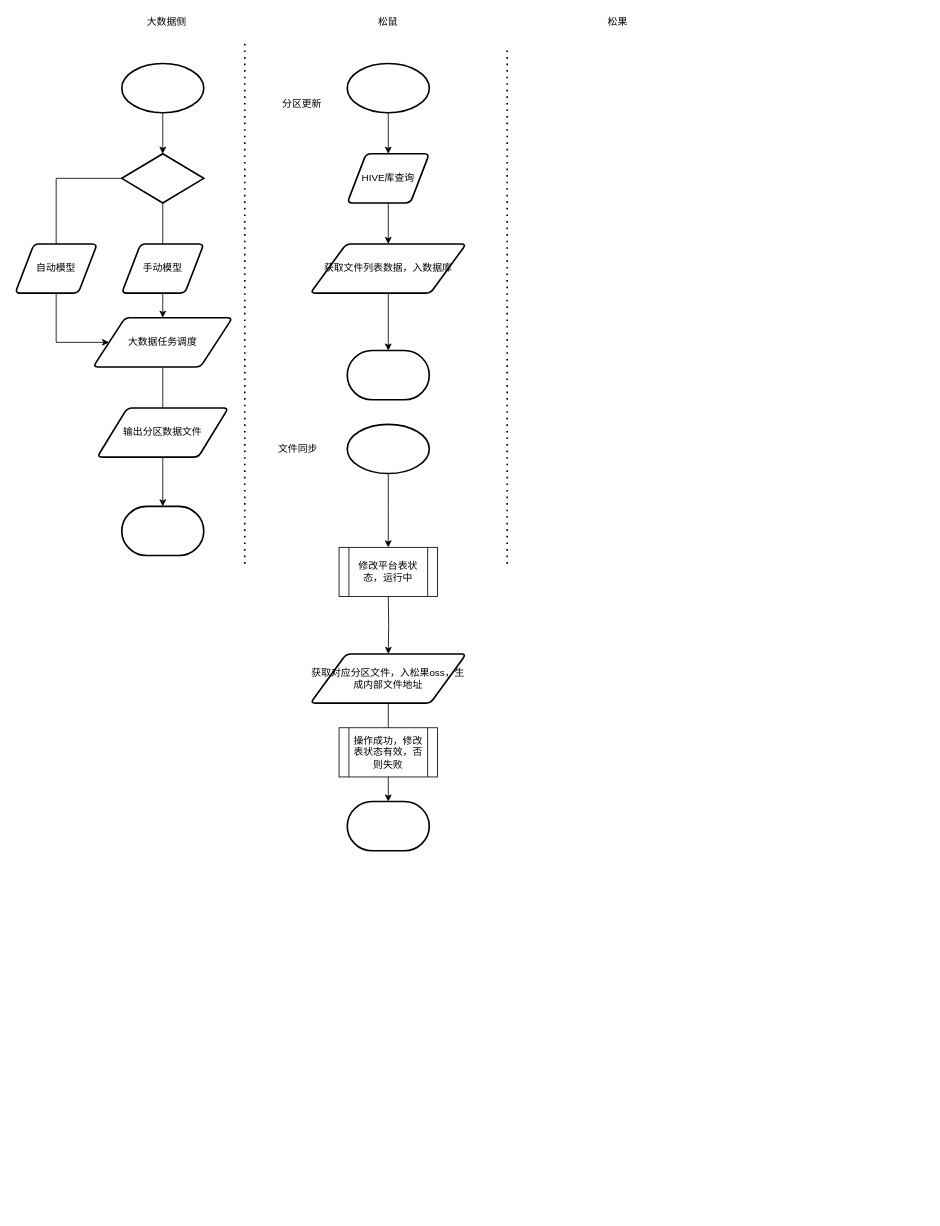
hack0303/draw.io-store keeps this draw.io diagram as 线索线上化.drawio. Above is the earlier version. Source tidied: cells renumbered, new cells numbered last; positions are measured from the earlier drawing's top-left corner, leaving out a move shared by most shapes. Both pictures are drawn from the tidied source at 82%, with x=0, y=0 at pixel (15, 14).
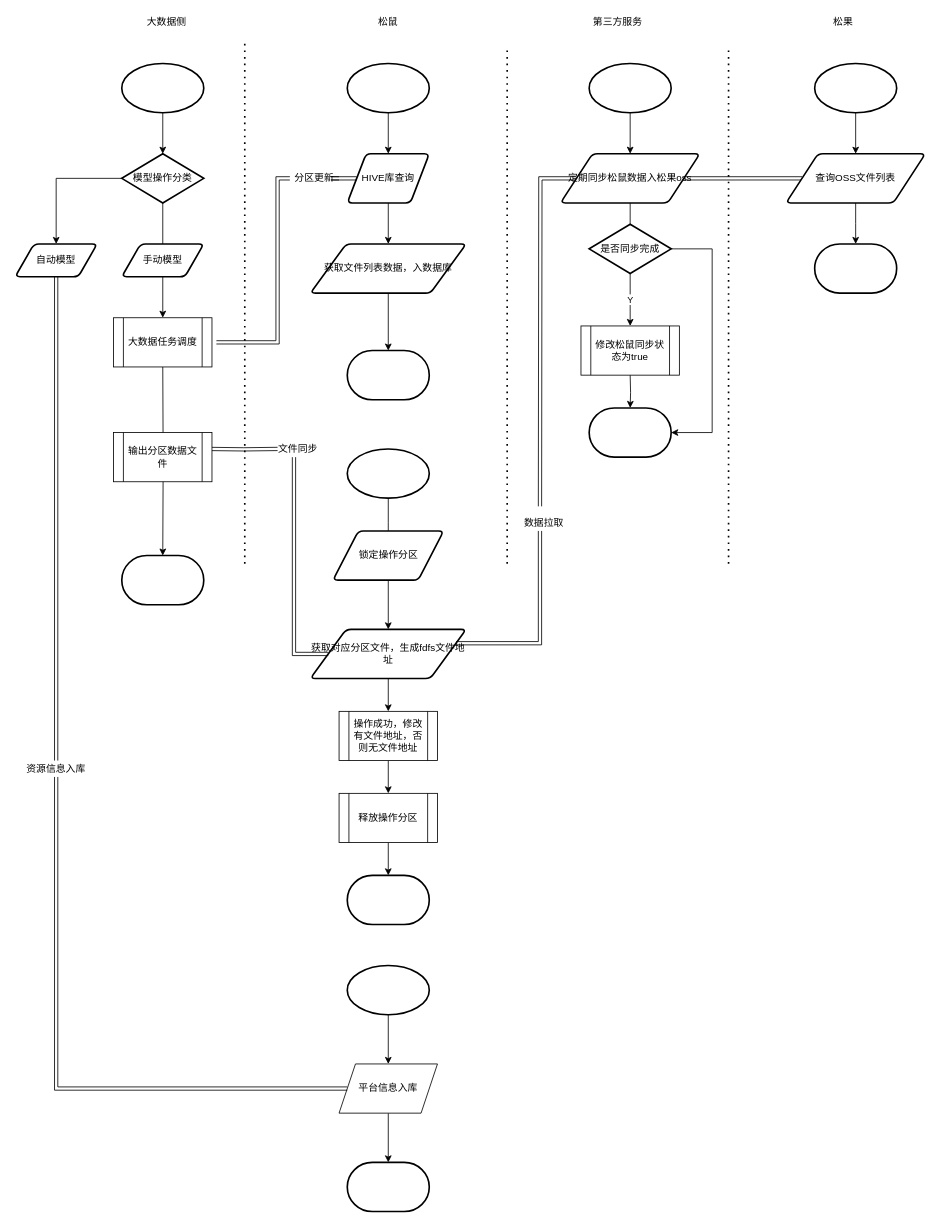
The same diagram, later.

Commit message (it also covers changes not shown here):
Update 线索线上化.drawio

Unchanged cells that the change refers to:
```xml
<mxCell id="30" value="HIVE库查询" style="shape=parallelogram;html=1;strokeWidth=2;perimeter=parallelogramPerimeter;whiteSpace=wrap;rounded=1;arcSize=12;size=0.23;" parent="1" vertex="1">
  <mxGeometry x="405" y="170" width="100" height="60" as="geometry" />
</mxCell>
<mxCell id="32" value="文件同步" style="text;html=1;strokeColor=none;fillColor=none;align=center;verticalAlign=middle;whiteSpace=wrap;rounded=0;" parent="1" vertex="1">
  <mxGeometry x="320" y="520" width="50" height="20" as="geometry" />
</mxCell>
```

Change to the diagram source:
```diff
@@
-    <mxCell id="6" value="松果" style="text;html=1;strokeColor=none;fillColor=none;align=center;verticalAlign=middle;whiteSpace=wrap;rounded=0;" parent="1" vertex="1">
+    <mxCell id="6" value="第三方服务" style="text;html=1;strokeColor=none;fillColor=none;align=center;verticalAlign=middle;whiteSpace=wrap;rounded=0;" parent="1" vertex="1">
       <mxGeometry x="700" width="70" height="20" as="geometry" />
     </mxCell>
@@
     <mxCell id="9" style="strokeWidth=2;html=1;shape=mxgraph.flowchart.terminator;whiteSpace=wrap;" parent="1" vertex="1">
-      <mxGeometry x="130" y="600" width="100" height="60" as="geometry" />
+      <mxGeometry x="130" y="660" width="100" height="60" as="geometry" />
     </mxCell>
-    <mxCell id="10" style="edgeStyle=orthogonalEdgeStyle;rounded=0;jettySize=auto;html=1;entryX=0.5;entryY=0;entryDx=0;entryDy=0;" parent="1" edge="1" source="12" target="14">
-      <mxGeometry relative="1" as="geometry" />
+    <mxCell id="10" style="edgeStyle=orthogonalEdgeStyle;rounded=0;jettySize=auto;html=1;entryX=0.5;entryY=0;entryDx=0;entryDy=0;" parent="1" edge="1" source="12">
+      <mxGeometry relative="1" as="geometry">
+        <mxPoint x="180" y="370" as="targetPoint" />
+      </mxGeometry>
     </mxCell>
-    <mxCell id="11" style="edgeStyle=orthogonalEdgeStyle;rounded=0;jettySize=auto;html=1;entryX=0;entryY=0.5;entryDx=0;entryDy=0;exitX=0;exitY=0.5;exitDx=0;exitDy=0;exitPerimeter=0;" parent="1" edge="1" source="12" target="14">
-      <mxGeometry relative="1" as="geometry">
-        <Array as="points">
-          <mxPoint x="50" y="200" />
-          <mxPoint x="50" y="400" />
-        </Array>
-      </mxGeometry>
-    </mxCell>
+    <mxCell id="35" style="edgeStyle=orthogonalEdgeStyle;rounded=0;jettySize=auto;html=1;entryX=0.5;entryY=0;entryDx=0;entryDy=0;" parent="1" edge="1" source="12" target="16">
+      <mxGeometry relative="1" as="geometry" />
+    </mxCell>
-    <mxCell id="12" style="strokeWidth=2;html=1;shape=mxgraph.flowchart.decision;whiteSpace=wrap;" parent="1" vertex="1">
+    <mxCell id="12" value="模型操作分类" style="strokeWidth=2;html=1;shape=mxgraph.flowchart.decision;whiteSpace=wrap;" parent="1" vertex="1">
       <mxGeometry x="130" y="170" width="100" height="60" as="geometry" />
     </mxCell>
-    <mxCell id="13" style="edgeStyle=orthogonalEdgeStyle;rounded=0;jettySize=auto;html=1;entryX=0.5;entryY=0;entryDx=0;entryDy=0;entryPerimeter=0;" parent="1" edge="1" source="14" target="9">
-      <mxGeometry relative="1" as="geometry" />
+    <mxCell id="13" style="edgeStyle=orthogonalEdgeStyle;rounded=0;jettySize=auto;html=1;entryX=0.5;entryY=0;entryDx=0;entryDy=0;entryPerimeter=0;" parent="1" edge="1" target="9">
+      <mxGeometry relative="1" as="geometry">
+        <mxPoint x="180" y="430" as="sourcePoint" />
+      </mxGeometry>
     </mxCell>
-    <mxCell id="14" value="大数据任务调度" style="shape=parallelogram;html=1;strokeWidth=2;perimeter=parallelogramPerimeter;whiteSpace=wrap;rounded=1;arcSize=12;size=0.23;" parent="1" vertex="1">
-      <mxGeometry x="95" y="370" width="170" height="60" as="geometry" />
-    </mxCell>
+    <mxCell id="36" style="edgeStyle=orthogonalEdgeStyle;rounded=0;jettySize=auto;html=1;entryX=0;entryY=0.5;entryDx=0;entryDy=0;shape=link;" parent="1" edge="1" target="31">
+      <mxGeometry relative="1" as="geometry">
+        <mxPoint x="245.4" y="400" as="sourcePoint" />
+        <Array as="points">
+          <mxPoint x="320" y="400" />
+          <mxPoint x="320" y="200" />
+        </Array>
+      </mxGeometry>
+    </mxCell>
     <mxCell id="15" value="手动模型" style="shape=parallelogram;html=1;strokeWidth=2;perimeter=parallelogramPerimeter;whiteSpace=wrap;rounded=1;arcSize=12;size=0.23;" parent="1" vertex="1">
-      <mxGeometry x="130" y="280" width="100" height="60" as="geometry" />
+      <mxGeometry x="130" y="280" width="100" height="40" as="geometry" />
     </mxCell>
+    <mxCell id="37" style="edgeStyle=orthogonalEdgeStyle;rounded=0;jettySize=auto;html=1;entryX=0.5;entryY=0;entryDx=0;entryDy=0;shape=link;" parent="1" edge="1" source="16" target="74">
+      <mxGeometry relative="1" as="geometry" />
+    </mxCell>
     <mxCell id="16" value="自动模型" style="shape=parallelogram;html=1;strokeWidth=2;perimeter=parallelogramPerimeter;whiteSpace=wrap;rounded=1;arcSize=12;size=0.23;" parent="1" vertex="1">
-      <mxGeometry y="280" width="100" height="60" as="geometry" />
+      <mxGeometry y="280" width="100" height="40" as="geometry" />
     </mxCell>
-    <mxCell id="17" value="输出分区数据文件" style="shape=parallelogram;html=1;strokeWidth=2;perimeter=parallelogramPerimeter;whiteSpace=wrap;rounded=1;arcSize=12;size=0.23;" parent="1" vertex="1">
-      <mxGeometry x="100" y="480" width="160" height="60" as="geometry" />
-    </mxCell>
+    <mxCell id="38" style="edgeStyle=orthogonalEdgeStyle;rounded=0;jettySize=auto;html=1;entryX=0;entryY=0.5;entryDx=0;entryDy=0;shape=link;" parent="1" edge="1" target="32">
+      <mxGeometry relative="1" as="geometry">
+        <mxPoint x="236.6" y="530" as="sourcePoint" />
+      </mxGeometry>
+    </mxCell>
@@
     <mxCell id="25" style="strokeWidth=2;html=1;shape=mxgraph.flowchart.start_1;whiteSpace=wrap;" parent="1" vertex="1">
-      <mxGeometry x="405" y="500" width="100" height="60" as="geometry" />
+      <mxGeometry x="405" y="530" width="100" height="60" as="geometry" />
     </mxCell>
     <mxCell id="26" style="strokeWidth=2;html=1;shape=mxgraph.flowchart.terminator;whiteSpace=wrap;" parent="1" vertex="1">
-      <mxGeometry x="405" y="960" width="100" height="60" as="geometry" />
+      <mxGeometry x="405" y="1050" width="100" height="60" as="geometry" />
     </mxCell>
-    <mxCell id="27" style="edgeStyle=orthogonalEdgeStyle;rounded=0;jettySize=auto;html=1;" parent="1" edge="1" target="29">
-      <mxGeometry relative="1" as="geometry">
-        <mxPoint x="455" y="710" as="sourcePoint" />
-      </mxGeometry>
-    </mxCell>
-    <mxCell id="28" style="edgeStyle=orthogonalEdgeStyle;rounded=0;jettySize=auto;html=1;" parent="1" edge="1" source="29" target="26">
-      <mxGeometry relative="1" as="geometry" />
-    </mxCell>
+    <mxCell id="39" style="edgeStyle=orthogonalEdgeStyle;rounded=0;jettySize=auto;html=1;" parent="1" edge="1" source="29" target="34">
+      <mxGeometry relative="1" as="geometry" />
+    </mxCell>
-    <mxCell id="29" value="获取对应分区文件，入松果oss，生成内部文件地址" style="shape=parallelogram;html=1;strokeWidth=2;perimeter=parallelogramPerimeter;whiteSpace=wrap;rounded=1;arcSize=12;size=0.23;" parent="1" vertex="1">
-      <mxGeometry x="360" y="780" width="190" height="60" as="geometry" />
+    <mxCell id="29" value="获取对应分区文件，生成fdfs文件地址" style="shape=parallelogram;html=1;strokeWidth=2;perimeter=parallelogramPerimeter;whiteSpace=wrap;rounded=1;arcSize=12;size=0.23;" parent="1" vertex="1">
+      <mxGeometry x="360" y="750" width="190" height="60" as="geometry" />
     </mxCell>
@@
+    <mxCell id="40" style="edgeStyle=orthogonalEdgeStyle;shape=link;rounded=0;jettySize=auto;html=1;" parent="1" edge="1" source="31" target="30">
+      <mxGeometry relative="1" as="geometry" />
+    </mxCell>
     <mxCell id="31" value="分区更新" style="text;html=1;strokeColor=none;fillColor=none;align=center;verticalAlign=middle;whiteSpace=wrap;rounded=0;" parent="1" vertex="1">
-      <mxGeometry x="320" y="100" width="60" height="20" as="geometry" />
+      <mxGeometry x="335" y="190" width="60" height="20" as="geometry" />
     </mxCell>
+    <mxCell id="41" style="edgeStyle=orthogonalEdgeStyle;shape=link;rounded=0;jettySize=auto;html=1;entryX=0;entryY=0.5;entryDx=0;entryDy=0;" parent="1" edge="1" source="32" target="29">
+      <mxGeometry relative="1" as="geometry">
+        <Array as="points">
+          <mxPoint x="340" y="780" />
+        </Array>
+      </mxGeometry>
+    </mxCell>
@@
-    <mxCell id="33" value="修改平台表状态，运行中" style="shape=process;whiteSpace=wrap;html=1;backgroundOutline=1;" parent="1" vertex="1">
-      <mxGeometry x="395" y="650" width="120" height="60" as="geometry" />
-    </mxCell>
+    <mxCell id="42" style="edgeStyle=orthogonalEdgeStyle;rounded=0;jettySize=auto;html=1;" parent="1" edge="1" source="34" target="46">
+      <mxGeometry relative="1" as="geometry" />
+    </mxCell>
-    <mxCell id="34" value="操作成功，修改表状态有效，否则失败" style="shape=process;whiteSpace=wrap;html=1;backgroundOutline=1;" parent="1" vertex="1">
-      <mxGeometry x="395" y="870" width="120" height="60" as="geometry" />
+    <mxCell id="34" value="操作成功，修改有文件地址，否则无文件地址" style="shape=process;whiteSpace=wrap;html=1;backgroundOutline=1;" parent="1" vertex="1">
+      <mxGeometry x="395" y="850" width="120" height="60" as="geometry" />
     </mxCell>
+    <mxCell id="43" style="edgeStyle=orthogonalEdgeStyle;rounded=0;jettySize=auto;html=1;" parent="1" edge="1" source="44" target="29">
+      <mxGeometry relative="1" as="geometry" />
+    </mxCell>
+    <mxCell id="44" value="锁定操作分区" style="shape=parallelogram;html=1;strokeWidth=2;perimeter=parallelogramPerimeter;whiteSpace=wrap;rounded=1;arcSize=12;size=0.23;" parent="1" vertex="1">
+      <mxGeometry x="387.5" y="630" width="135" height="60" as="geometry" />
+    </mxCell>
+    <mxCell id="45" style="edgeStyle=orthogonalEdgeStyle;rounded=0;jettySize=auto;html=1;" parent="1" edge="1" source="46" target="26">
+      <mxGeometry relative="1" as="geometry" />
+    </mxCell>
+    <mxCell id="46" value="释放操作分区" style="shape=process;whiteSpace=wrap;html=1;backgroundOutline=1;" parent="1" vertex="1">
+      <mxGeometry x="395" y="950" width="120" height="60" as="geometry" />
+    </mxCell>
+    <mxCell id="47" style="edgeStyle=orthogonalEdgeStyle;rounded=0;jettySize=auto;html=1;" parent="1" edge="1" source="48" target="53">
+      <mxGeometry relative="1" as="geometry" />
+    </mxCell>
+    <mxCell id="48" style="strokeWidth=2;html=1;shape=mxgraph.flowchart.start_1;whiteSpace=wrap;" parent="1" vertex="1">
+      <mxGeometry x="700" y="60" width="100" height="60" as="geometry" />
+    </mxCell>
+    <mxCell id="49" style="strokeWidth=2;html=1;shape=mxgraph.flowchart.terminator;whiteSpace=wrap;" parent="1" vertex="1">
+      <mxGeometry x="700" y="480" width="100" height="60" as="geometry" />
+    </mxCell>
+    <mxCell id="50" style="edgeStyle=orthogonalEdgeStyle;rounded=0;jettySize=auto;html=1;" parent="1" edge="1" source="53">
+      <mxGeometry relative="1" as="geometry">
+        <mxPoint x="750" y="280" as="targetPoint" />
+      </mxGeometry>
+    </mxCell>
+    <mxCell id="51" style="edgeStyle=orthogonalEdgeStyle;shape=link;rounded=0;jettySize=auto;html=1;" parent="1" edge="1" source="53">
+      <mxGeometry relative="1" as="geometry">
+        <mxPoint x="640" y="600" as="targetPoint" />
+      </mxGeometry>
+    </mxCell>
+    <mxCell id="52" style="edgeStyle=orthogonalEdgeStyle;shape=link;rounded=0;jettySize=auto;html=1;" parent="1" edge="1" source="53" target="60">
+      <mxGeometry relative="1" as="geometry" />
+    </mxCell>
+    <mxCell id="53" value="定期同步松鼠数据入松果oss" style="shape=parallelogram;html=1;strokeWidth=2;perimeter=parallelogramPerimeter;whiteSpace=wrap;rounded=1;arcSize=12;size=0.23;" parent="1" vertex="1">
+      <mxGeometry x="665" y="170" width="170" height="60" as="geometry" />
+    </mxCell>
+    <mxCell id="54" style="endArrow=none;dashed=1;html=1;dashPattern=1 3;strokeWidth=2;" parent="1" edge="1">
+      <mxGeometry relative="1" as="geometry">
+        <mxPoint x="870" y="670" as="sourcePoint" />
+        <mxPoint x="870" y="40" as="targetPoint" />
+      </mxGeometry>
+    </mxCell>
+    <mxCell id="55" value="松果" style="text;html=1;strokeColor=none;fillColor=none;align=center;verticalAlign=middle;whiteSpace=wrap;rounded=0;" parent="1" vertex="1">
+      <mxGeometry x="975" width="70" height="20" as="geometry" />
+    </mxCell>
+    <mxCell id="56" style="edgeStyle=orthogonalEdgeStyle;rounded=0;jettySize=auto;html=1;" parent="1" edge="1" source="57" target="60">
+      <mxGeometry relative="1" as="geometry" />
+    </mxCell>
+    <mxCell id="57" style="strokeWidth=2;html=1;shape=mxgraph.flowchart.start_1;whiteSpace=wrap;" parent="1" vertex="1">
+      <mxGeometry x="975" y="60" width="100" height="60" as="geometry" />
+    </mxCell>
+    <mxCell id="58" style="strokeWidth=2;html=1;shape=mxgraph.flowchart.terminator;whiteSpace=wrap;" parent="1" vertex="1">
+      <mxGeometry x="975" y="280" width="100" height="60" as="geometry" />
+    </mxCell>
+    <mxCell id="59" style="edgeStyle=orthogonalEdgeStyle;rounded=0;jettySize=auto;html=1;" parent="1" edge="1" source="60">
+      <mxGeometry relative="1" as="geometry">
+        <mxPoint x="1025" y="280" as="targetPoint" />
+      </mxGeometry>
+    </mxCell>
+    <mxCell id="60" value="查询OSS文件列表" style="shape=parallelogram;html=1;strokeWidth=2;perimeter=parallelogramPerimeter;whiteSpace=wrap;rounded=1;arcSize=12;size=0.23;" parent="1" vertex="1">
+      <mxGeometry x="940" y="170" width="170" height="60" as="geometry" />
+    </mxCell>
+    <mxCell id="61" style="edgeStyle=orthogonalEdgeStyle;shape=link;rounded=0;jettySize=auto;html=1;entryX=1;entryY=0.25;entryDx=0;entryDy=0;" parent="1" edge="1" source="62" target="29">
+      <mxGeometry relative="1" as="geometry">
+        <Array as="points">
+          <mxPoint x="640" y="767" />
+        </Array>
+      </mxGeometry>
+    </mxCell>
+    <mxCell id="62" value="数据拉取" style="text;html=1;strokeColor=none;fillColor=none;align=center;verticalAlign=middle;whiteSpace=wrap;rounded=0;" parent="1" vertex="1">
+      <mxGeometry x="600" y="610" width="90" height="20" as="geometry" />
+    </mxCell>
+    <mxCell id="63" style="edgeStyle=orthogonalEdgeStyle;rounded=0;jettySize=auto;html=1;" parent="1" edge="1" target="49">
+      <mxGeometry relative="1" as="geometry">
+        <mxPoint x="750" y="440" as="sourcePoint" />
+      </mxGeometry>
+    </mxCell>
+    <mxCell id="64" style="edgeStyle=orthogonalEdgeStyle;rounded=0;jettySize=auto;html=1;entryX=1;entryY=0.5;entryDx=0;entryDy=0;entryPerimeter=0;" parent="1" edge="1" source="65" target="49">
+      <mxGeometry relative="1" as="geometry">
+        <Array as="points">
+          <mxPoint x="850" y="286" />
+          <mxPoint x="850" y="510" />
+        </Array>
+      </mxGeometry>
+    </mxCell>
+    <mxCell id="65" value="是否同步完成" style="strokeWidth=2;html=1;shape=mxgraph.flowchart.decision;whiteSpace=wrap;" parent="1" vertex="1">
+      <mxGeometry x="700" y="256" width="100" height="60" as="geometry" />
+    </mxCell>
+    <mxCell id="66" value="Y" style="edgeStyle=orthogonalEdgeStyle;rounded=0;jettySize=auto;html=1;" parent="1" edge="1" source="65">
+      <mxGeometry relative="1" as="geometry">
+        <mxPoint x="750" y="380" as="targetPoint" />
+      </mxGeometry>
+    </mxCell>
+    <mxCell id="67" value="修改松鼠同步状态为true" style="shape=process;whiteSpace=wrap;html=1;backgroundOutline=1;" parent="1" vertex="1">
+      <mxGeometry x="690" y="380" width="120" height="60" as="geometry" />
+    </mxCell>
+    <mxCell id="68" style="edgeStyle=orthogonalEdgeStyle;rounded=0;jettySize=auto;html=1;entryX=0.5;entryY=0;entryDx=0;entryDy=0;" parent="1" edge="1" source="69" target="72">
+      <mxGeometry relative="1" as="geometry" />
+    </mxCell>
+    <mxCell id="69" style="strokeWidth=2;html=1;shape=mxgraph.flowchart.start_1;whiteSpace=wrap;" parent="1" vertex="1">
+      <mxGeometry x="405" y="1160" width="100" height="60" as="geometry" />
+    </mxCell>
+    <mxCell id="70" style="strokeWidth=2;html=1;shape=mxgraph.flowchart.terminator;whiteSpace=wrap;" parent="1" vertex="1">
+      <mxGeometry x="405" y="1400" width="100" height="60" as="geometry" />
+    </mxCell>
+    <mxCell id="71" style="edgeStyle=orthogonalEdgeStyle;rounded=0;jettySize=auto;html=1;entryX=0.5;entryY=0;entryDx=0;entryDy=0;entryPerimeter=0;" parent="1" edge="1" source="72" target="70">
+      <mxGeometry relative="1" as="geometry" />
+    </mxCell>
+    <mxCell id="72" value="平台信息入库" style="shape=parallelogram;perimeter=parallelogramPerimeter;whiteSpace=wrap;html=1;fixedSize=1;" parent="1" vertex="1">
+      <mxGeometry x="395" y="1280" width="120" height="60" as="geometry" />
+    </mxCell>
+    <mxCell id="73" style="edgeStyle=orthogonalEdgeStyle;rounded=0;jettySize=auto;html=1;entryX=0;entryY=0.5;entryDx=0;entryDy=0;shape=link;" parent="1" edge="1" source="74" target="72">
+      <mxGeometry relative="1" as="geometry">
+        <Array as="points">
+          <mxPoint x="50" y="1310" />
+        </Array>
+      </mxGeometry>
+    </mxCell>
+    <mxCell id="74" value="资源信息入库" style="text;html=1;strokeColor=none;fillColor=none;align=center;verticalAlign=middle;whiteSpace=wrap;rounded=0;" parent="1" vertex="1">
+      <mxGeometry x="10" y="910" width="80" height="20" as="geometry" />
+    </mxCell>
+    <mxCell id="14" value="&lt;span&gt;大数据任务调度&lt;/span&gt;" style="shape=process;whiteSpace=wrap;html=1;backgroundOutline=1;" parent="1" vertex="1">
+      <mxGeometry x="120" y="370" width="120" height="60" as="geometry" />
+    </mxCell>
+    <mxCell id="17" value="&lt;span&gt;输出分区数据文件&lt;/span&gt;" style="shape=process;whiteSpace=wrap;html=1;backgroundOutline=1;" parent="1" vertex="1">
+      <mxGeometry x="120" y="510" width="120" height="60" as="geometry" />
+    </mxCell>
```
